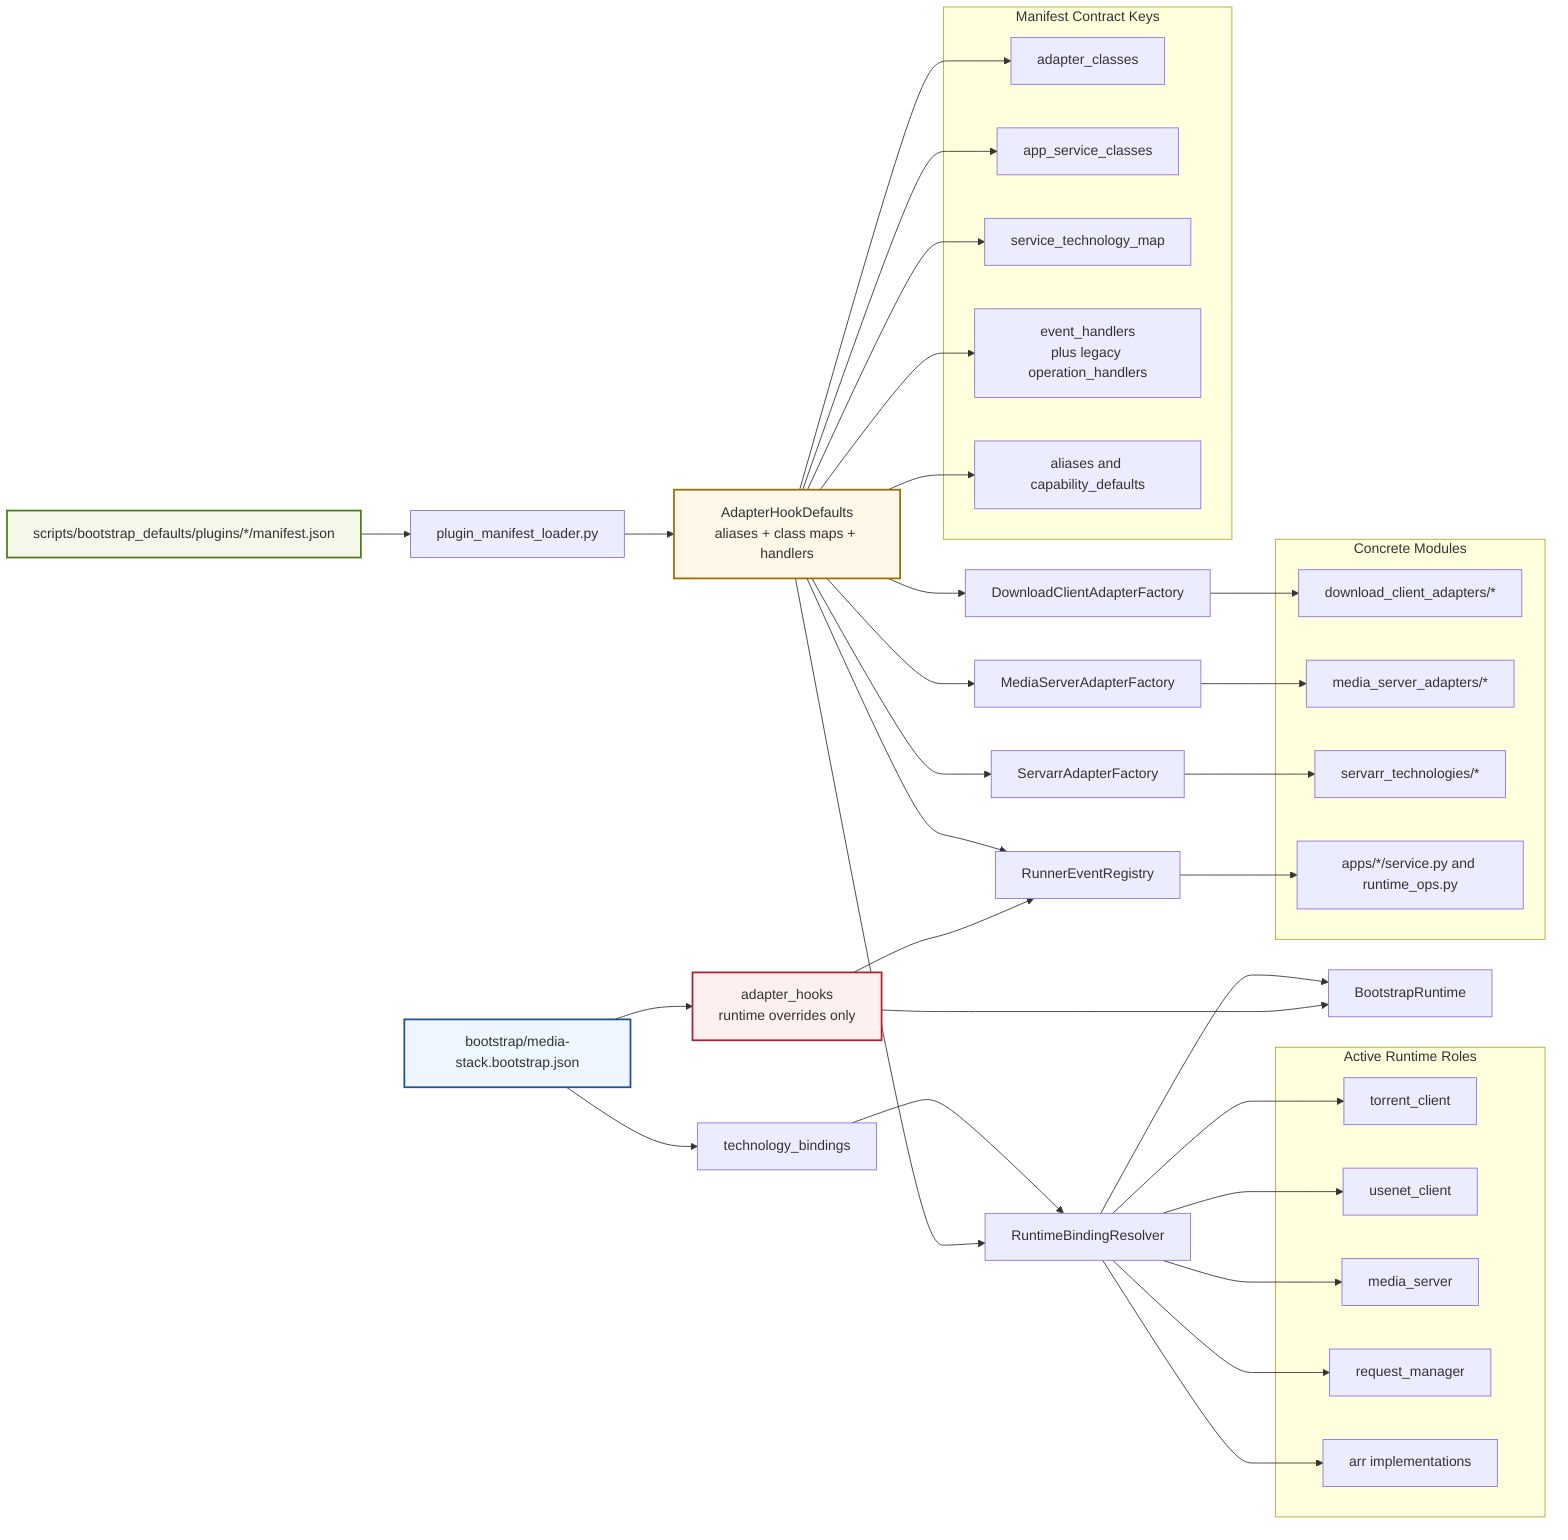
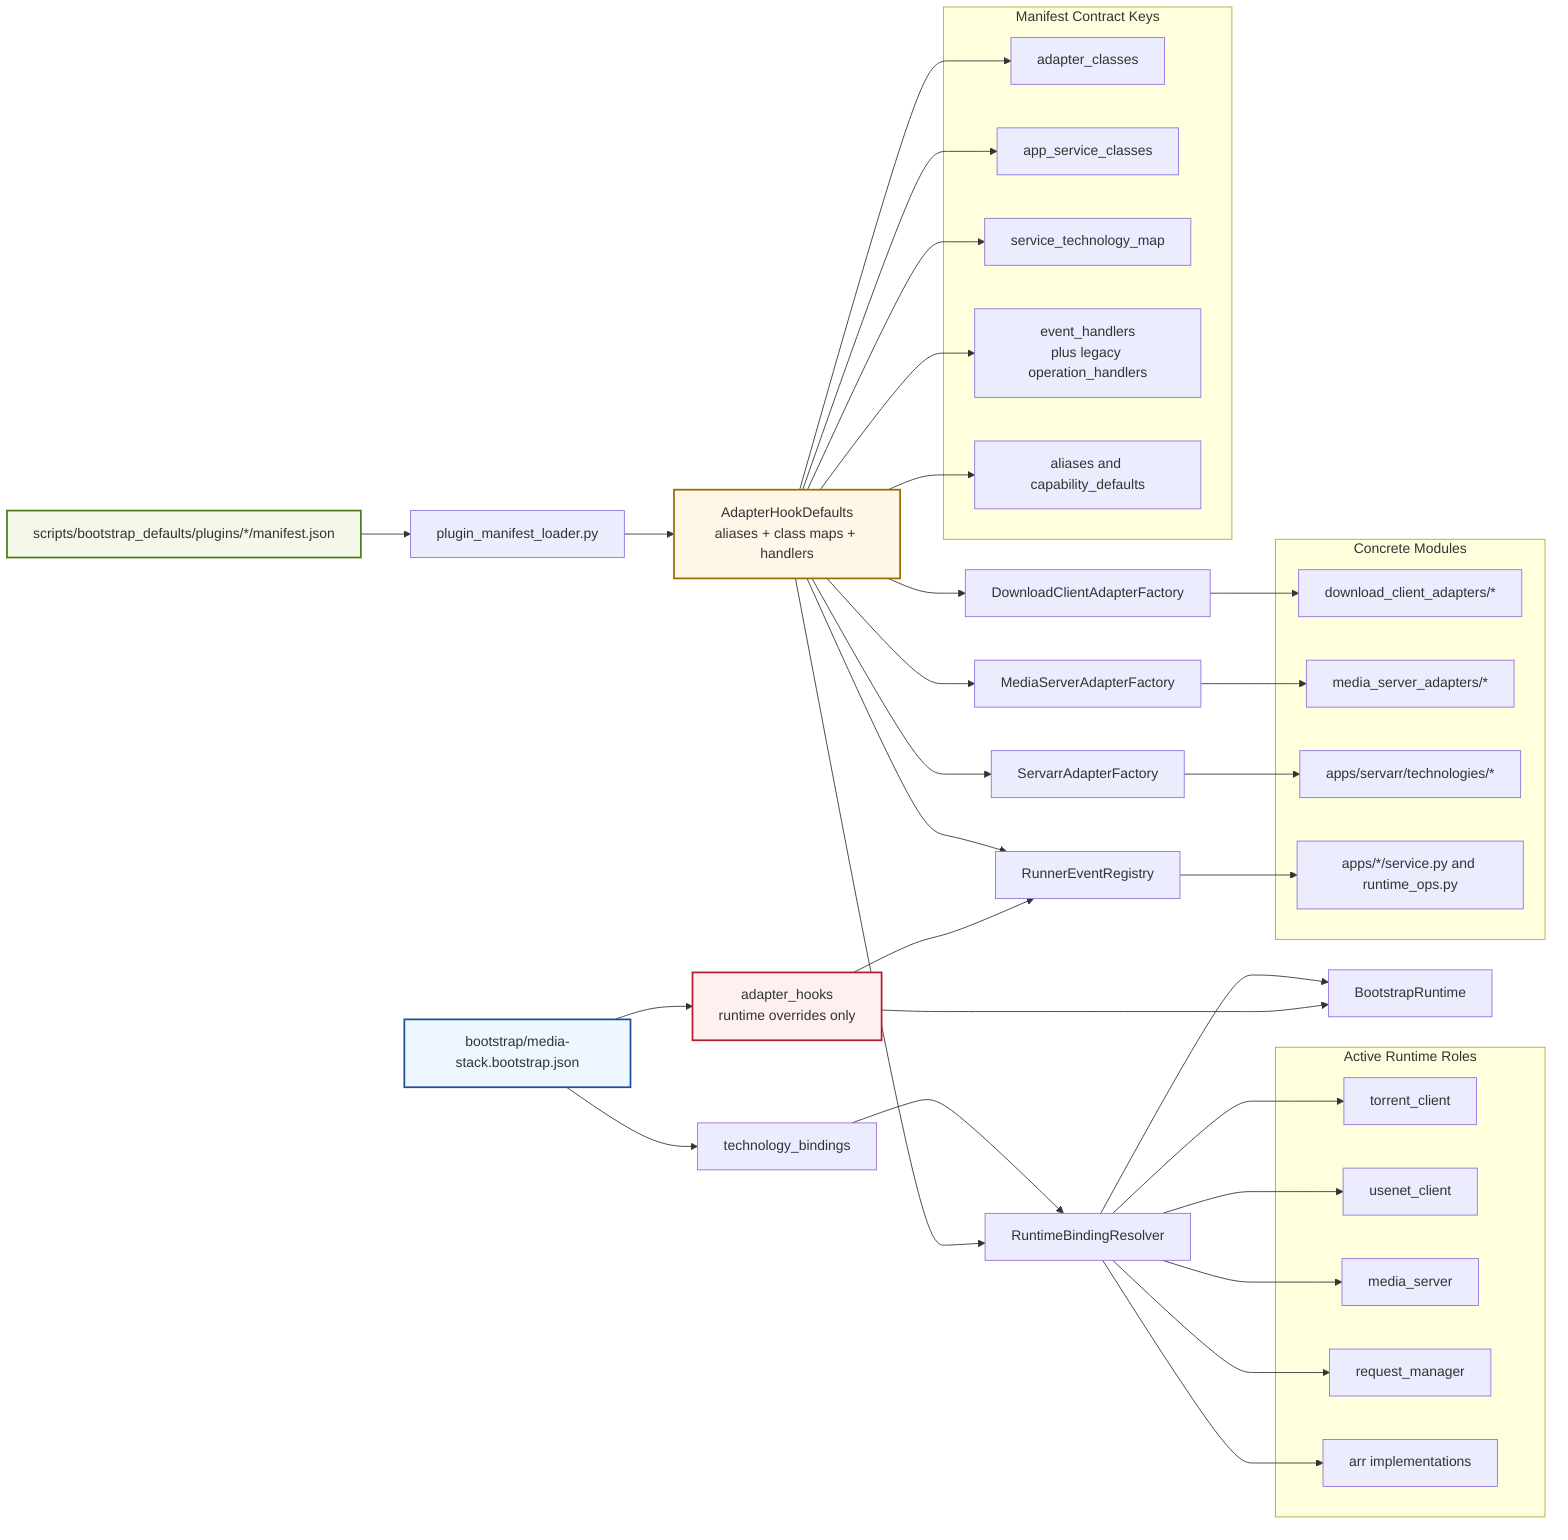
flowchart LR
  CFG[bootstrap/media-stack.bootstrap.json]
  BIND[technology_bindings]
  RH[adapter_hooks<br/>runtime overrides only]

  PM[scripts/bootstrap_defaults/plugins/*/manifest.json]
  LOAD[plugin_manifest_loader.py]
  DEF[AdapterHookDefaults<br/>aliases + class maps + handlers]

  RES[RuntimeBindingResolver]
  RT[BootstrapRuntime]

  OPREG[RunnerEventRegistry]
  DLF[DownloadClientAdapterFactory]
  MSF[MediaServerAdapterFactory]
  SAF[ServarrAdapterFactory]

  subgraph Roles[Active Runtime Roles]
    TOR[torrent_client]
    USE[usenet_client]
    MED[media_server]
    RQM[request_manager]
    ARR[arr implementations]
  end

  subgraph Contracts[Manifest Contract Keys]
    C1[adapter_classes]
    C2[app_service_classes]
    C3[service_technology_map]
    C4[event_handlers<br/>plus legacy operation_handlers]
    C5[aliases and capability_defaults]
  end

  subgraph Impl[Concrete Modules]
    TCA[download_client_adapters/*]
    MSA[media_server_adapters/*]
-     SVA[servarr_technologies/*]
+     SVA[apps/servarr/technologies/*]
    APS[apps/*/service.py and runtime_ops.py]
  end

  CFG --> BIND --> RES
  CFG --> RH

  PM --> LOAD --> DEF
  DEF --> C1
  DEF --> C2
  DEF --> C3
  DEF --> C4
  DEF --> C5

  DEF --> RES
  RES --> TOR
  RES --> USE
  RES --> MED
  RES --> RQM
  RES --> ARR
  RES --> RT

  DEF --> DLF
  DEF --> MSF
  DEF --> SAF
  DEF --> OPREG

  RH --> OPREG
  RH --> RT

  DLF --> TCA
  MSF --> MSA
  SAF --> SVA
  OPREG --> APS

  style CFG fill:#eef7ff,stroke:#1f4f99,stroke-width:2px
  style PM fill:#f4f7ea,stroke:#507a18,stroke-width:2px
  style DEF fill:#fff7e8,stroke:#9a6b00,stroke-width:2px
  style RH fill:#fff0f0,stroke:#ad1f2f,stroke-width:2px
